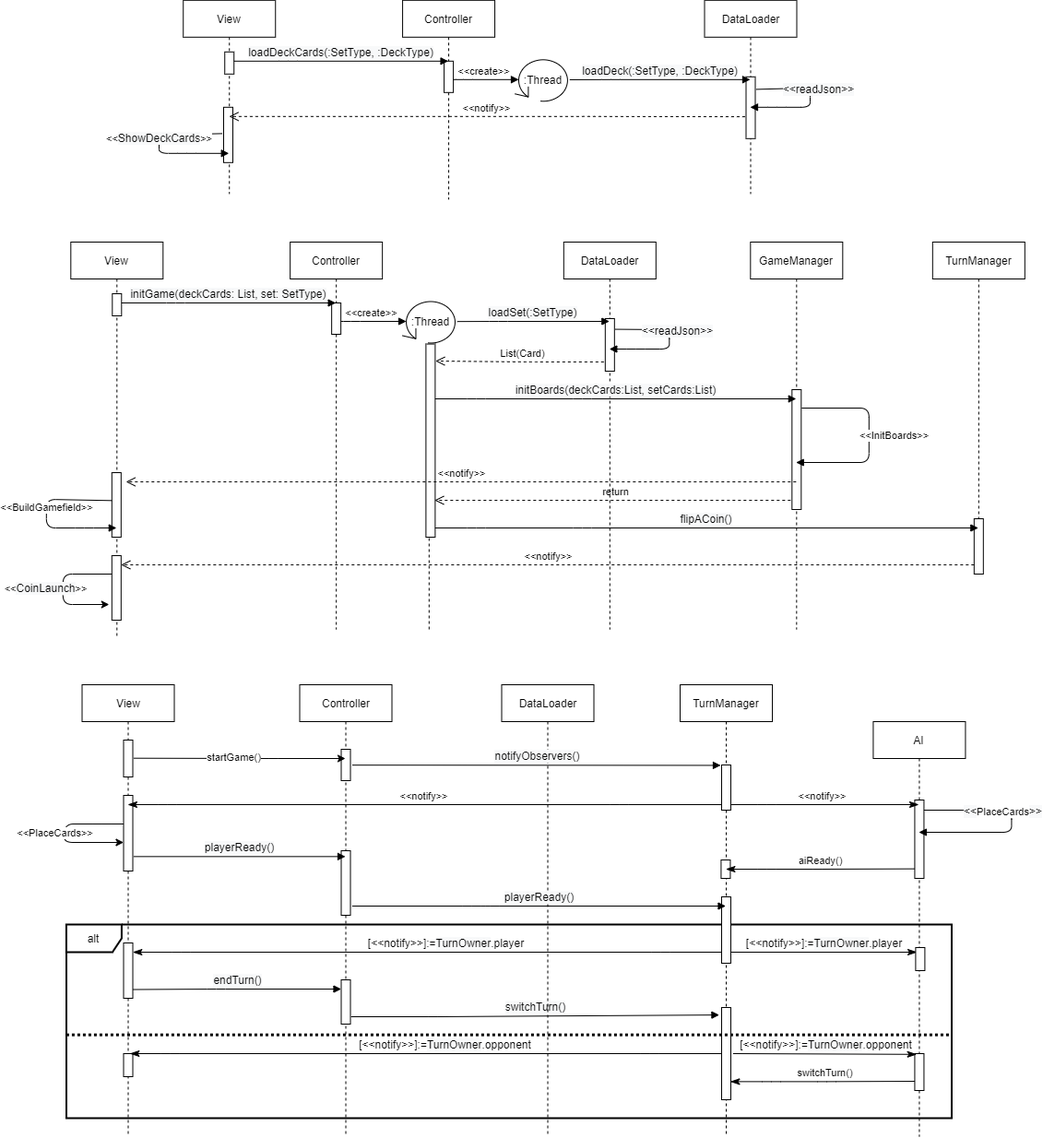
Earlier version of the draw.io export process/design/Initialization_sequence_general.png (fedeOx/scalamon_tcg). Source tidied: cells renumbered, new cells last; positions are measured from the earlier drawing's top-left corner, leaving out a move shared by most shapes.
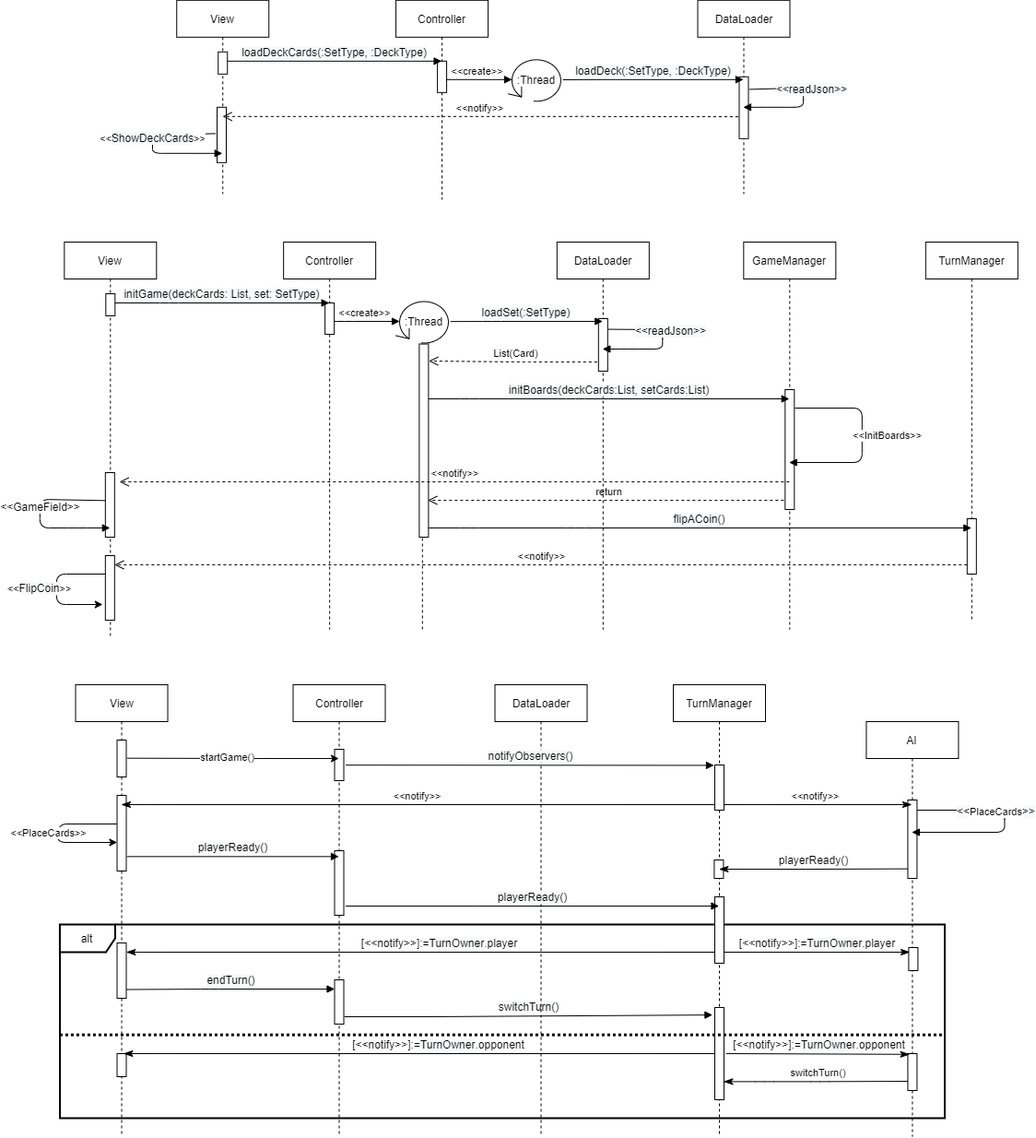
After the commit.

Commit message:
Implemented start game with TurnManager turn notification. Updated design schemas. Add test to ControllerTest (to be done test for TurnManager)

Diff of the diagram source:
```diff
@@ -25,7 +25,7 @@
         </Array>
       </mxGeometry>
     </mxCell>
-    <mxCell id="5" value="&amp;lt;&amp;lt;&lt;span style=&quot;font-size: 12px ; background-color: rgb(248 , 249 , 250)&quot;&gt;CoinLaunch&lt;/span&gt;&amp;gt;&amp;gt;" style="edgeLabel;html=1;align=center;verticalAlign=middle;" parent="4" vertex="1">
+    <mxCell id="5" value="&amp;lt;&amp;lt;&lt;span style=&quot;font-size: 12px ; background-color: rgb(248 , 249 , 250)&quot;&gt;FlipCoin&lt;/span&gt;&amp;gt;&amp;gt;" style="edgeLabel;html=1;align=center;verticalAlign=middle;" parent="4" vertex="1">
       <mxGeometry x="-0.26" y="10" relative="1" as="geometry">
         <mxPoint x="-24.9" y="5" as="offset" />
       </mxGeometry>
@@ -237,7 +237,7 @@
     <mxCell id="51" style="html=1;points=[];perimeter=orthogonalPerimeter;" parent="49" vertex="1">
       <mxGeometry x="44.5" y="250" width="10" height="70" as="geometry" />
     </mxCell>
-    <mxCell id="52" value="&amp;lt;&amp;lt;BuildGamefield&amp;gt;&amp;gt;" style="html=1;verticalAlign=bottom;endArrow=block;exitX=-0.007;exitY=0.433;exitDx=0;exitDy=0;exitPerimeter=0;" parent="49" edge="1" source="51" target="49">
+    <mxCell id="52" value="&lt;font style=&quot;font-size: 12px&quot;&gt;&amp;lt;&amp;lt;GameField&amp;gt;&amp;gt;&lt;/font&gt;" style="html=1;verticalAlign=bottom;endArrow=block;exitX=-0.007;exitY=0.433;exitDx=0;exitDy=0;exitPerimeter=0;" parent="49" edge="1" source="51" target="49">
       <mxGeometry relative="1" as="geometry">
         <Array as="points">
           <mxPoint x="-26.5" y="279" />
@@ -324,7 +324,7 @@
       </mxGeometry>
     </mxCell>
     <mxCell id="69" value="TurnManager" style="shape=umlLifeline;perimeter=lifelinePerimeter;whiteSpace=wrap;html=1;outlineConnect=0;" parent="1" vertex="1">
-      <mxGeometry x="960.8" y="262" width="100" height="360" as="geometry" />
+      <mxGeometry x="960.8" y="262" width="100" height="410" as="geometry" />
     </mxCell>
     <mxCell id="70" style="html=1;perimeter=orthogonalPerimeter;" parent="1" vertex="1">
       <mxGeometry x="1005.8" y="562" width="10" height="60" as="geometry" />
@@ -398,7 +398,7 @@
         </Array>
       </mxGeometry>
     </mxCell>
-    <mxCell id="80" value="aiReady()" style="html=1;verticalAlign=bottom;endArrow=classicThin;endSize=8;endFill=1;exitX=-0.033;exitY=0.878;exitDx=0;exitDy=0;exitPerimeter=0;" parent="1" edge="1" source="28" target="20">
+    <mxCell id="80" value="&lt;font style=&quot;font-size: 12px&quot;&gt;playerReady()&lt;/font&gt;" style="html=1;verticalAlign=bottom;endArrow=classicThin;endSize=8;endFill=1;exitX=-0.033;exitY=0.878;exitDx=0;exitDy=0;exitPerimeter=0;" parent="1" edge="1" source="28" target="20">
       <mxGeometry relative="1" as="geometry">
         <Array as="points">
           <mxPoint x="841.4" y="942" />
```
